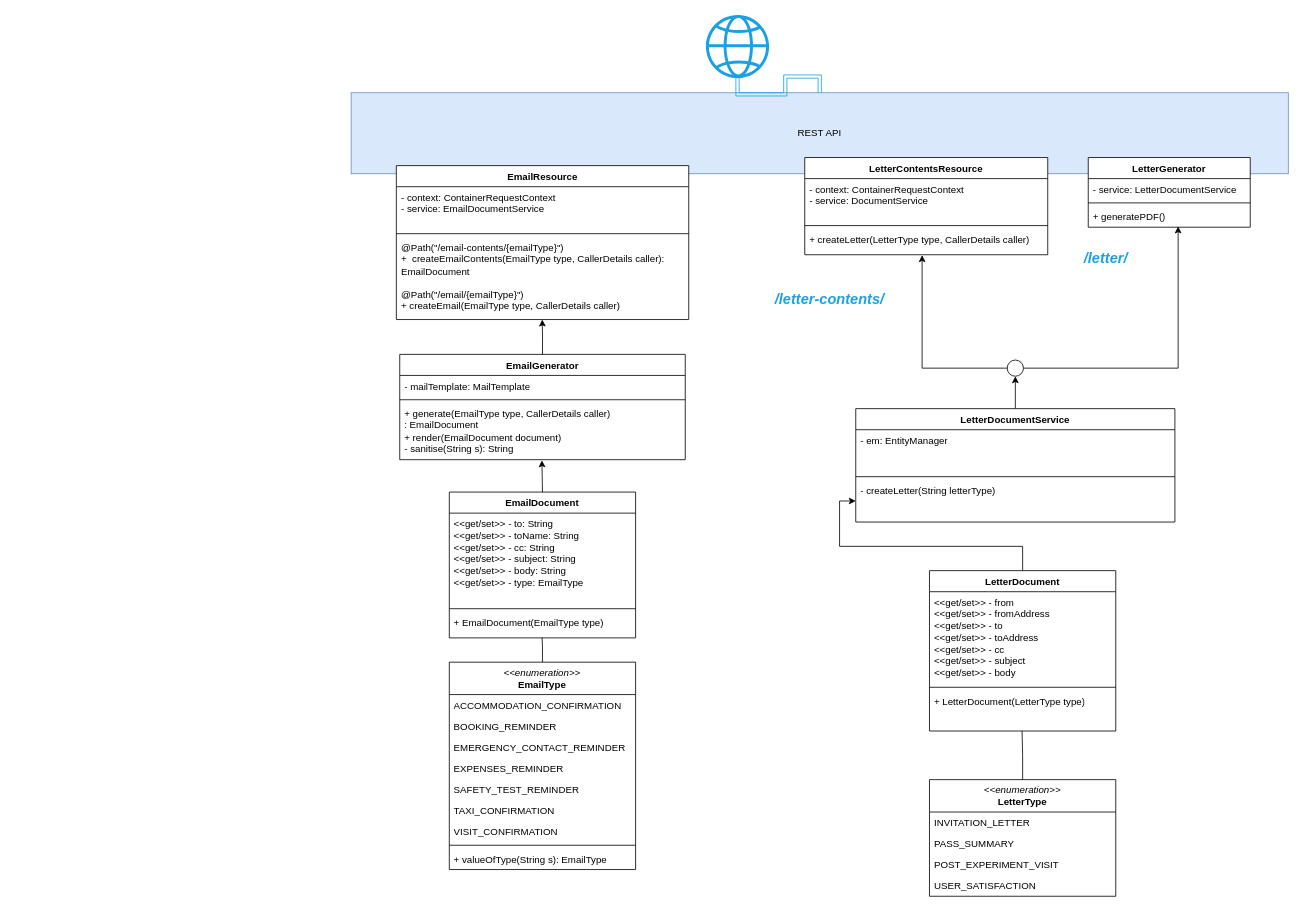
Above: Document generation class diagram.drawio in ambolt314/FinalProjectDesign (draw.io), before the change. Source tidied: cells renumbered, new cells numbered last; positions are measured from the earlier drawing's top-left corner, leaving out a move shared by most shapes. Both pictures are drawn from the tidied source at 81%, with x=0, y=0 at pixel (351, 15).
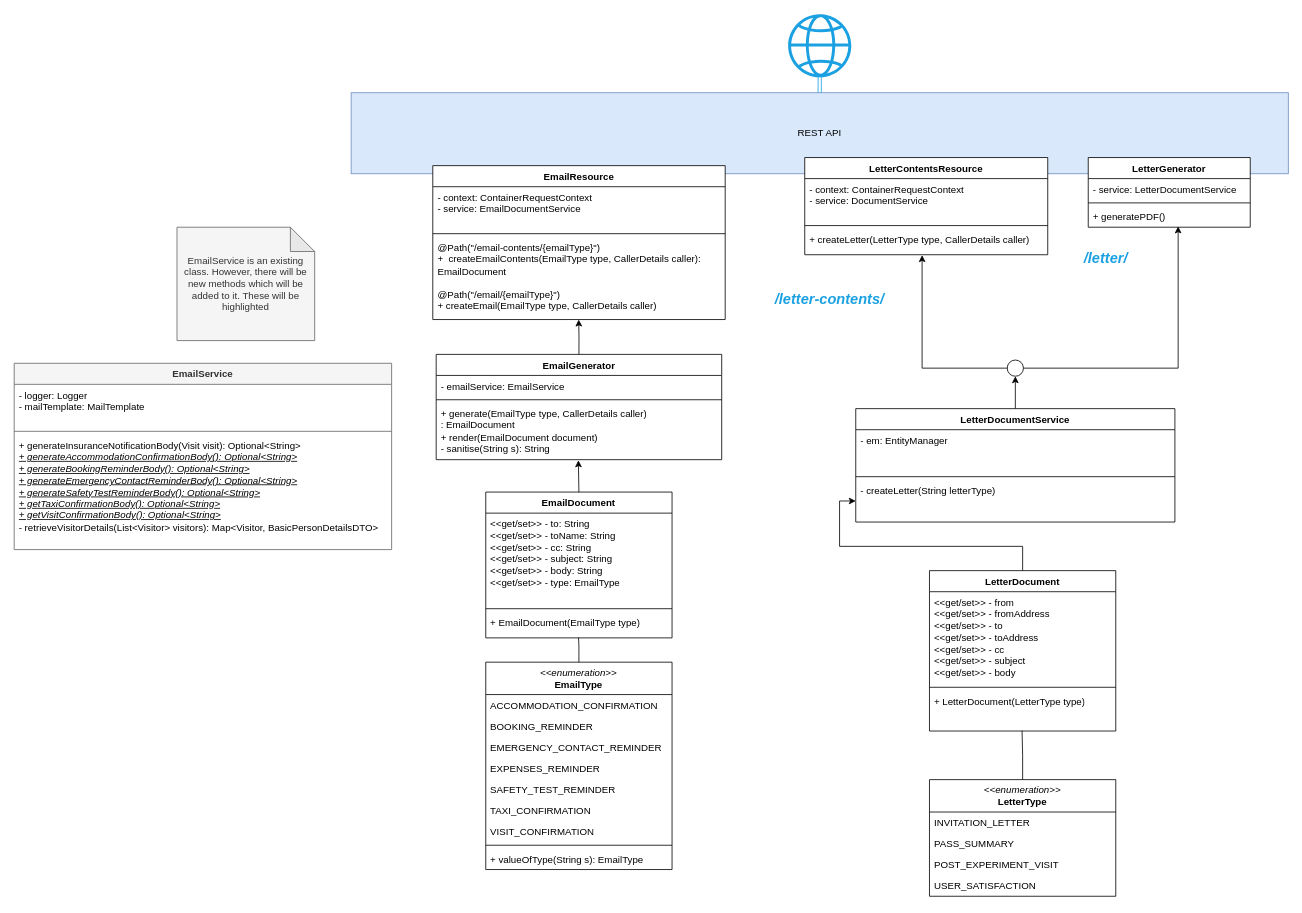
Above is the later version.

Diff of the diagram source:
```diff
@@
     <mxCell id="3" value="EmailResource" style="swimlane;fontStyle=1;align=center;verticalAlign=top;horizontal=1;startSize=26;whiteSpace=wrap;html=1;" parent="1" vertex="1">
-      <mxGeometry x="55.8" y="186" width="361" height="190" as="geometry" />
+      <mxGeometry x="100.8" y="186" width="361" height="190" as="geometry" />
     </mxCell>
@@
     <mxCell id="12" value="EmailDocument" style="swimlane;fontStyle=1;align=center;verticalAlign=top;horizontal=1;startSize=26;whiteSpace=wrap;html=1;" parent="1" vertex="1">
-      <mxGeometry x="121.2" y="589" width="230" height="180" as="geometry" />
+      <mxGeometry x="166.2" y="589" width="230" height="180" as="geometry" />
     </mxCell>
@@
     <mxCell id="18" style="sketch=0;outlineConnect=0;fillColor=#1BA1E2;strokeColor=#006EAF;dashed=0;verticalLabelPosition=bottom;verticalAlign=top;align=center;html=1;fontSize=12;fontStyle=0;shape=mxgraph.aws4.globe;fontColor=#ffffff;" parent="1" vertex="1">
-      <mxGeometry x="438" width="78" height="78" as="geometry" />
+      <mxGeometry x="539.5" y="-1" width="78" height="78" as="geometry" />
     </mxCell>
     <mxCell id="19" value="&lt;div&gt;&lt;i&gt;&amp;lt;&amp;lt;enumeration&amp;gt;&amp;gt;&lt;/i&gt;&lt;/div&gt;&lt;div&gt;&lt;b&gt;EmailType&lt;/b&gt;&lt;br&gt;&lt;/div&gt;" style="swimlane;fontStyle=0;horizontal=1;startSize=40;fillColor=none;whiteSpace=wrap;html=1;" parent="1" vertex="1">
-      <mxGeometry x="121.2" y="799" width="230" height="256" as="geometry" />
+      <mxGeometry x="166.2" y="799" width="230" height="256" as="geometry" />
     </mxCell>
@@
     <mxCell id="45" value="EmailGenerator" style="swimlane;fontStyle=1;align=center;verticalAlign=top;horizontal=1;startSize=26;whiteSpace=wrap;html=1;" parent="1" vertex="1">
-      <mxGeometry x="60" y="419" width="352.5" height="130" as="geometry" />
+      <mxGeometry x="105" y="419" width="352.5" height="130" as="geometry" />
     </mxCell>
-    <mxCell id="46" value="- mailTemplate: MailTemplate" style="text;strokeColor=none;fillColor=none;align=left;verticalAlign=top;spacingLeft=4;spacingRight=4;overflow=hidden;whiteSpace=wrap;html=1;" parent="45" vertex="1">
+    <mxCell id="46" value="- emailService: EmailService" style="text;strokeColor=none;fillColor=none;align=left;verticalAlign=top;spacingLeft=4;spacingRight=4;overflow=hidden;whiteSpace=wrap;html=1;" parent="45" vertex="1">
       <mxGeometry y="26" width="352.5" height="26" as="geometry" />
     </mxCell>
@@
+    <mxCell id="59" value="EmailService" style="swimlane;fontStyle=1;align=center;verticalAlign=top;horizontal=1;startSize=26;whiteSpace=wrap;html=1;fillColor=#f5f5f5;fontColor=#333333;strokeColor=#666666;" parent="1" vertex="1">
+      <mxGeometry x="-416" y="430" width="466" height="230" as="geometry" />
+    </mxCell>
+    <mxCell id="60" value="&lt;div&gt;- logger: Logger&lt;/div&gt;&lt;div&gt;- mailTemplate: MailTemplate&lt;br&gt;&lt;/div&gt;" style="text;strokeColor=none;fillColor=none;align=left;verticalAlign=top;spacingLeft=4;spacingRight=4;overflow=hidden;whiteSpace=wrap;html=1;" parent="59" vertex="1">
+      <mxGeometry y="26" width="466" height="54" as="geometry" />
+    </mxCell>
+    <mxCell id="61" style="line;strokeWidth=1;fillColor=none;align=left;verticalAlign=middle;spacingTop=-1;spacingLeft=3;spacingRight=3;labelPosition=right;strokeColor=inherit;" parent="59" vertex="1">
+      <mxGeometry y="80" width="466" height="8" as="geometry" />
+    </mxCell>
+    <mxCell id="62" value="&lt;div&gt;+ generateInsuranceNotificationBody(Visit visit): Optional&amp;lt;String&amp;gt;&lt;/div&gt;&lt;div&gt;&lt;u&gt;&lt;i&gt;+ generateAccommodationConfirmationBody(): Optional&amp;lt;String&amp;gt;&lt;/i&gt;&lt;/u&gt;&lt;/div&gt;&lt;div&gt;&lt;u&gt;&lt;i&gt;+ generateBookingReminderBody(): Optional&amp;lt;String&amp;gt;&lt;/i&gt;&lt;/u&gt;&lt;/div&gt;&lt;div&gt;&lt;u&gt;&lt;i&gt;+ generateEmergencyContactReminderBody(): Optional&amp;lt;String&amp;gt;&lt;/i&gt;&lt;/u&gt;&lt;/div&gt;&lt;div&gt;&lt;u&gt;&lt;i&gt;+ generateSafetyTestReminderBody(): Optional&amp;lt;String&amp;gt;&lt;/i&gt;&lt;/u&gt;&lt;/div&gt;&lt;div&gt;&lt;u&gt;&lt;i&gt;+ getTaxiConfirmationBody(): Optional&amp;lt;String&amp;gt;&lt;/i&gt;&lt;/u&gt;&lt;/div&gt;&lt;div&gt;&lt;u&gt;&lt;i&gt;+ getVisitConfirmationBody(): Optional&amp;lt;String&amp;gt;&lt;/i&gt;&lt;/u&gt;&lt;br&gt;&lt;/div&gt;&lt;div&gt;- retrieveVisitorDetails(List&amp;lt;Visitor&amp;gt; visitors): Map&amp;lt;Visitor, BasicPersonDetailsDTO&amp;gt;&lt;br&gt; &lt;/div&gt;&lt;div&gt;&lt;br&gt;&lt;/div&gt;" style="text;strokeColor=none;fillColor=none;align=left;verticalAlign=top;spacingLeft=4;spacingRight=4;overflow=hidden;whiteSpace=wrap;html=1;" parent="59" vertex="1">
+      <mxGeometry y="88" width="466" height="142" as="geometry" />
+    </mxCell>
+    <mxCell id="63" value="EmailService is an existing class. However, there will be new methods which will be added to it. These will be highlighted" style="shape=note;whiteSpace=wrap;html=1;backgroundOutline=1;darkOpacity=0.05;fillColor=#f5f5f5;fontColor=#333333;strokeColor=#666666;" parent="1" vertex="1">
+      <mxGeometry x="-215" y="262" width="170" height="140" as="geometry" />
+    </mxCell>
```
